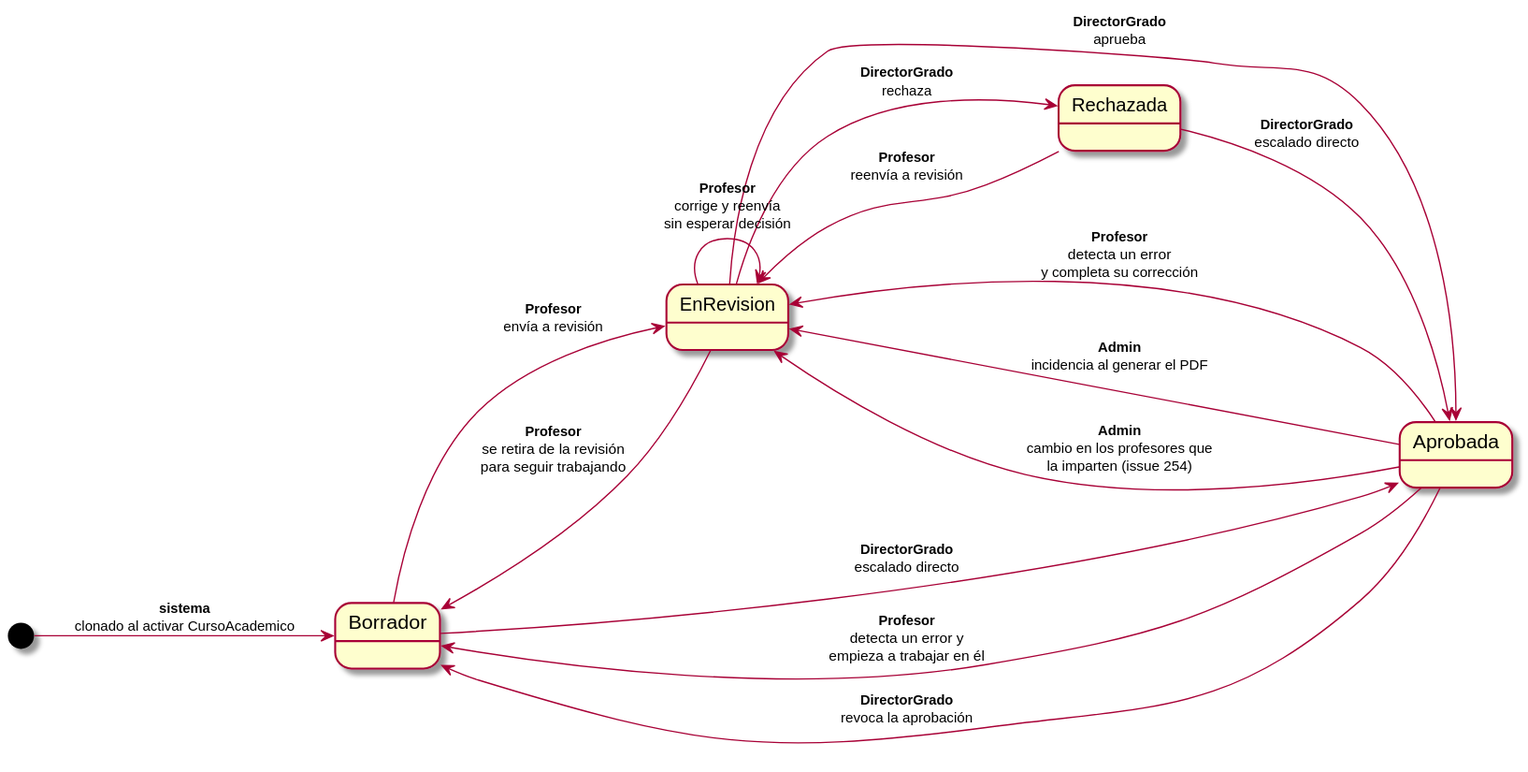
The PlantUML diagram images/RUP/00-modelo-del-dominio/estados-entidades/guia.svg in mmasias/pyCeldaPublico, before a commit.
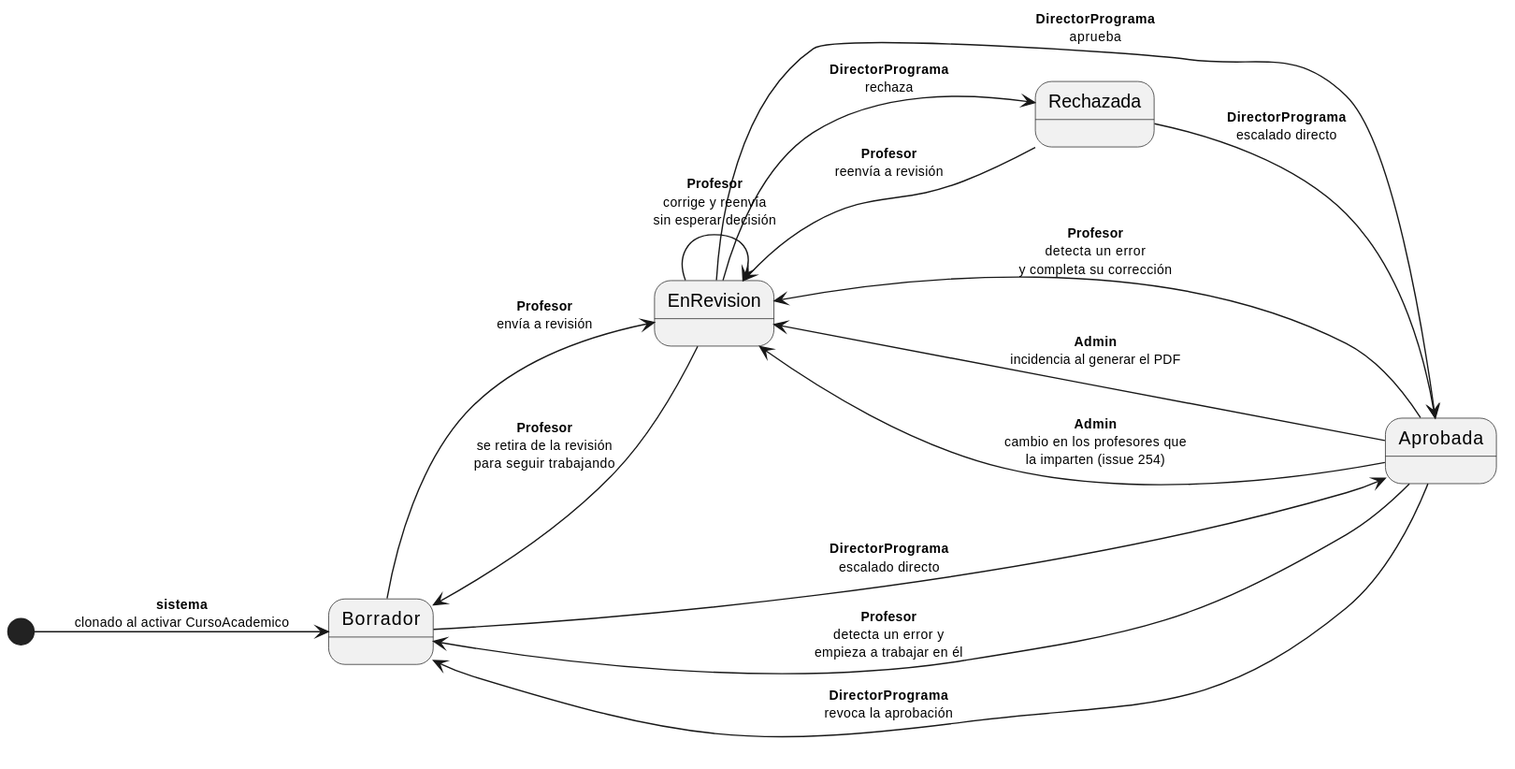
Later version of the same file.

What changed in the source:
```diff
@@ -1,25 +1,23 @@
-@startuml guia
-
+@startuml
 left to right direction
 
 [*] --> Borrador : <sub><b>sistema</b></sub>\n<sub>clonado al activar CursoAcademico</sub>
 
 Borrador --> EnRevision : <sub><b>Profesor</b></sub>\n<sub>envía a revisión</sub>
-Borrador --> Aprobada : <sub><b>DirectorGrado</b></sub>\n<sub>escalado directo</sub>
+Borrador --> Aprobada : <sub><b>DirectorPrograma</b></sub>\n<sub>escalado directo</sub>
 
-EnRevision --> Aprobada : <sub><b>DirectorGrado</b></sub>\n<sub>aprueba</sub>
-EnRevision --> Rechazada : <sub><b>DirectorGrado</b></sub>\n<sub>rechaza</sub>
+EnRevision --> Aprobada : <sub><b>DirectorPrograma</b></sub>\n<sub>aprueba</sub>
+EnRevision --> Rechazada : <sub><b>DirectorPrograma</b></sub>\n<sub>rechaza</sub>
 
 EnRevision --> Borrador : <sub><b>Profesor</b></sub>\n<sub>se retira de la revisión</sub>\n<sub>para seguir trabajando</sub>
 EnRevision --> EnRevision : <sub><b>Profesor</b></sub>\n<sub>corrige y reenvía</sub>\n<sub>sin esperar decisión</sub>
 
 Rechazada --> EnRevision : <sub><b>Profesor</b></sub>\n<sub>reenvía a revisión</sub>
-Rechazada --> Aprobada : <sub><b>DirectorGrado</b></sub>\n<sub>escalado directo</sub>
+Rechazada --> Aprobada : <sub><b>DirectorPrograma</b></sub>\n<sub>escalado directo</sub>
 
 Aprobada --> EnRevision : <sub><b>Profesor</b></sub>\n<sub>detecta un error</sub>\n<sub>y completa su corrección</sub>
 Aprobada --> Borrador : <sub><b>Profesor</b></sub>\n<sub>detecta un error y</sub>\n<sub>empieza a trabajar en él</sub>
-Aprobada --> Borrador : <sub><b>DirectorGrado</b></sub>\n<sub>revoca la aprobación</sub>
+Aprobada --> Borrador : <sub><b>DirectorPrograma</b></sub>\n<sub>revoca la aprobación</sub>
 Aprobada --> EnRevision : <sub><b>Admin</b></sub>\n<sub>incidencia al generar el PDF</sub>
 Aprobada --> EnRevision : <sub><b>Admin</b></sub>\n<sub>cambio en los profesores que</sub>\n<sub>la imparten (issue 254)</sub>
-
 @enduml
```
